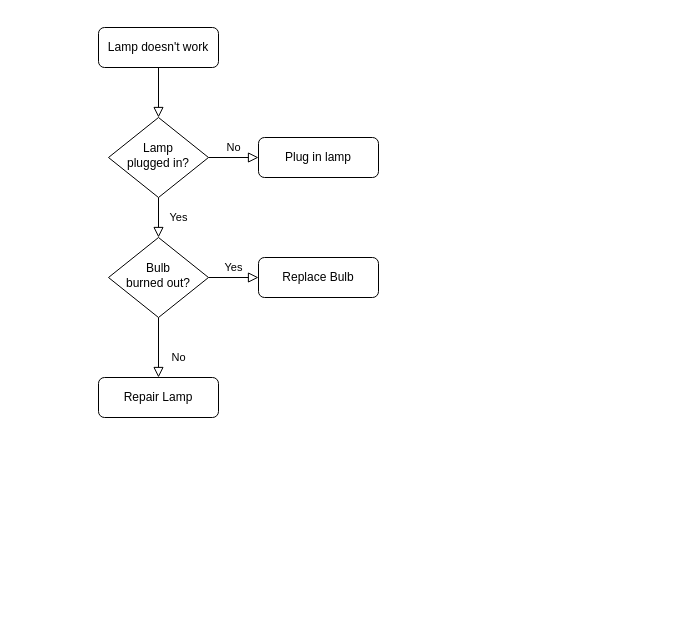
Above: Untitled Diagram.drawio in jiangxianneng/test (draw.io), before the change. Source tidied: cells renumbered, new cells numbered last; positions are measured from the earlier drawing's top-left corner, leaving out a move shared by most shapes. Both pictures are drawn from the tidied source at 100%, with x=0, y=0 at pixel (98, 27).
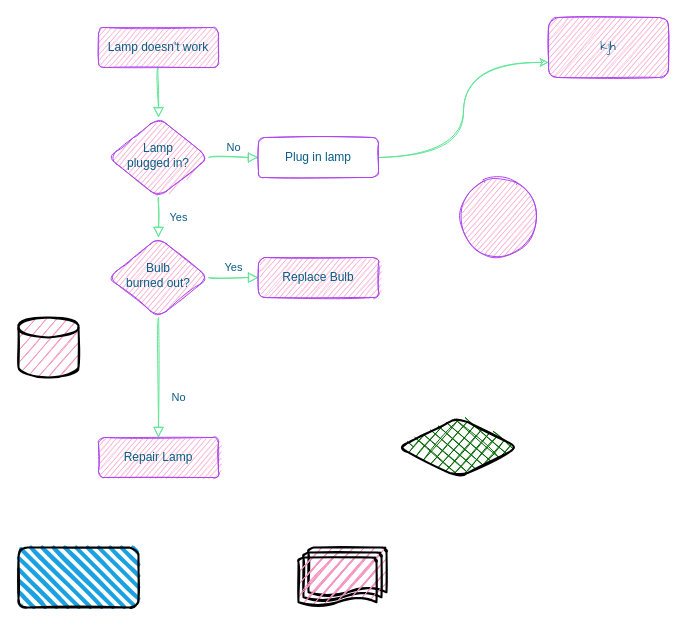
After the change.

The edit, as a diff of the source:
```diff
@@
 <mxGraphModel>
   <root>
     <mxCell id="0" />
     <mxCell id="1" parent="0" />
-    <mxCell id="2" style="rounded=0;html=1;jettySize=auto;fontSize=11;endArrow=block;endFill=0;endSize=8;strokeWidth=1;shadow=0;labelBackgroundColor=none;edgeStyle=orthogonalEdgeStyle;" parent="1" edge="1" source="3" target="6">
+    <mxCell id="2" style="html=1;jettySize=auto;fontSize=11;endArrow=block;endFill=0;endSize=8;strokeWidth=1;shadow=0;labelBackgroundColor=none;edgeStyle=orthogonalEdgeStyle;curved=1;sketch=1;rounded=1;strokeColor=#60E696;fontColor=#095C86;" parent="1" edge="1" source="3" target="6">
       <mxGeometry relative="1" as="geometry" />
     </mxCell>
-    <mxCell id="3" value="Lamp doesn't work" style="rounded=1;whiteSpace=wrap;html=1;fontSize=12;glass=0;strokeWidth=1;shadow=0;" parent="1" vertex="1">
+    <mxCell id="3" value="Lamp doesn't work" style="whiteSpace=wrap;html=1;fontSize=12;glass=0;strokeWidth=1;shadow=0;opacity=90;sketch=1;rounded=1;fillColor=#F694C1;strokeColor=#AF45ED;fontColor=#095C86;" parent="1" vertex="1">
       <mxGeometry width="120" height="40" as="geometry" />
     </mxCell>
-    <mxCell id="4" value="Yes" style="rounded=0;html=1;jettySize=auto;fontSize=11;endArrow=block;endFill=0;endSize=8;strokeWidth=1;shadow=0;labelBackgroundColor=none;edgeStyle=orthogonalEdgeStyle;" parent="1" edge="1" source="6" target="10">
+    <mxCell id="4" value="Yes" style="html=1;jettySize=auto;fontSize=11;endArrow=block;endFill=0;endSize=8;strokeWidth=1;shadow=0;labelBackgroundColor=none;edgeStyle=orthogonalEdgeStyle;curved=1;sketch=1;rounded=1;strokeColor=#60E696;fontColor=#095C86;" parent="1" edge="1" source="6" target="10">
       <mxGeometry y="20" relative="1" as="geometry" />
     </mxCell>
-    <mxCell id="5" value="No" style="edgeStyle=orthogonalEdgeStyle;rounded=0;html=1;jettySize=auto;fontSize=11;endArrow=block;endFill=0;endSize=8;strokeWidth=1;shadow=0;labelBackgroundColor=none;" parent="1" edge="1" source="6" target="7">
+    <mxCell id="5" value="No" style="edgeStyle=orthogonalEdgeStyle;html=1;jettySize=auto;fontSize=11;endArrow=block;endFill=0;endSize=8;strokeWidth=1;shadow=0;labelBackgroundColor=none;curved=1;sketch=1;rounded=1;strokeColor=#60E696;fontColor=#095C86;" parent="1" edge="1" source="6" target="7">
       <mxGeometry y="10" relative="1" as="geometry" />
     </mxCell>
-    <mxCell id="6" value="Lamp&lt;br&gt;plugged in?" style="rhombus;whiteSpace=wrap;html=1;shadow=0;fontFamily=Helvetica;fontSize=12;align=center;strokeWidth=1;spacing=6;spacingTop=-4;" parent="1" vertex="1">
+    <mxCell id="6" value="Lamp&lt;br&gt;plugged in?" style="rhombus;whiteSpace=wrap;html=1;shadow=0;fontFamily=Helvetica;fontSize=12;align=center;strokeWidth=1;spacing=6;spacingTop=-4;sketch=1;rounded=1;fillColor=#F694C1;strokeColor=#AF45ED;fontColor=#095C86;" parent="1" vertex="1">
       <mxGeometry x="10" y="90" width="100" height="80" as="geometry" />
     </mxCell>
+    <mxCell id="13" style="edgeStyle=orthogonalEdgeStyle;jettySize=auto;html=1;exitX=1;exitY=0.5;exitDx=0;exitDy=0;entryX=0;entryY=0.75;entryDx=0;entryDy=0;fontFamily=Comic Sans MS;curved=1;sketch=1;rounded=1;strokeColor=#60E696;fontColor=#095C86;" parent="1" edge="1" source="7" target="14">
+      <mxGeometry relative="1" as="geometry" />
+    </mxCell>
-    <mxCell id="7" value="Plug in lamp" style="rounded=1;whiteSpace=wrap;html=1;fontSize=12;glass=0;strokeWidth=1;shadow=0;" parent="1" vertex="1">
+    <mxCell id="7" value="Plug in lamp" style="whiteSpace=wrap;html=1;fontSize=12;glass=0;strokeWidth=1;shadow=0;fillColor=none;sketch=1;rounded=1;strokeColor=#AF45ED;fontColor=#095C86;" parent="1" vertex="1">
       <mxGeometry x="160" y="110" width="120" height="40" as="geometry" />
     </mxCell>
-    <mxCell id="8" value="No" style="rounded=0;html=1;jettySize=auto;fontSize=11;endArrow=block;endFill=0;endSize=8;strokeWidth=1;shadow=0;labelBackgroundColor=none;edgeStyle=orthogonalEdgeStyle;" parent="1" edge="1" source="10" target="11">
+    <mxCell id="8" value="No" style="html=1;jettySize=auto;fontSize=11;endArrow=block;endFill=0;endSize=8;strokeWidth=1;shadow=0;labelBackgroundColor=none;edgeStyle=orthogonalEdgeStyle;curved=1;sketch=1;rounded=1;strokeColor=#60E696;fontColor=#095C86;" parent="1" edge="1" source="10" target="11">
       <mxGeometry x="0.33" y="20" relative="1" as="geometry" />
     </mxCell>
-    <mxCell id="9" value="Yes" style="edgeStyle=orthogonalEdgeStyle;rounded=0;html=1;jettySize=auto;fontSize=11;endArrow=block;endFill=0;endSize=8;strokeWidth=1;shadow=0;labelBackgroundColor=none;" parent="1" edge="1" source="10" target="12">
+    <mxCell id="9" value="Yes" style="edgeStyle=orthogonalEdgeStyle;html=1;jettySize=auto;fontSize=11;endArrow=block;endFill=0;endSize=8;strokeWidth=1;shadow=0;labelBackgroundColor=none;curved=1;sketch=1;rounded=1;strokeColor=#60E696;fontColor=#095C86;" parent="1" edge="1" source="10" target="12">
       <mxGeometry y="10" relative="1" as="geometry" />
     </mxCell>
-    <mxCell id="10" value="Bulb&lt;br&gt;burned out?" style="rhombus;whiteSpace=wrap;html=1;shadow=0;fontFamily=Helvetica;fontSize=12;align=center;strokeWidth=1;spacing=6;spacingTop=-4;" parent="1" vertex="1">
+    <mxCell id="10" value="Bulb&lt;br&gt;burned out?" style="rhombus;whiteSpace=wrap;html=1;shadow=0;fontFamily=Helvetica;fontSize=12;align=center;strokeWidth=1;spacing=6;spacingTop=-4;sketch=1;rounded=1;fillColor=#F694C1;strokeColor=#AF45ED;fontColor=#095C86;" parent="1" vertex="1">
       <mxGeometry x="10" y="210" width="100" height="80" as="geometry" />
     </mxCell>
-    <mxCell id="11" value="Repair Lamp" style="rounded=1;whiteSpace=wrap;html=1;fontSize=12;glass=0;strokeWidth=1;shadow=0;" parent="1" vertex="1">
-      <mxGeometry y="350" width="120" height="40" as="geometry" />
+    <mxCell id="11" value="Repair Lamp" style="whiteSpace=wrap;html=1;fontSize=12;glass=0;strokeWidth=1;shadow=0;sketch=1;rounded=1;fillColor=#F694C1;strokeColor=#AF45ED;fontColor=#095C86;" parent="1" vertex="1">
+      <mxGeometry y="410" width="120" height="40" as="geometry" />
     </mxCell>
-    <mxCell id="12" value="Replace Bulb" style="rounded=1;whiteSpace=wrap;html=1;fontSize=12;glass=0;strokeWidth=1;shadow=0;" parent="1" vertex="1">
+    <mxCell id="12" value="Replace Bulb" style="whiteSpace=wrap;html=1;fontSize=12;glass=0;strokeWidth=1;shadow=0;sketch=1;rounded=1;fillColor=#F694C1;strokeColor=#AF45ED;fontColor=#095C86;" parent="1" vertex="1">
       <mxGeometry x="160" y="230" width="120" height="40" as="geometry" />
     </mxCell>
+    <mxCell id="14" value="kjh" style="whiteSpace=wrap;html=1;fillColor=#F694C1;strokeColor=#AF45ED;fontFamily=Comic Sans MS;sketch=1;rounded=1;fontColor=#095C86;" parent="1" vertex="1">
+      <mxGeometry x="450" y="-10" width="120" height="60" as="geometry" />
+    </mxCell>
+    <mxCell id="15" style="ellipse;whiteSpace=wrap;html=1;rounded=1;sketch=1;fontColor=#095C86;strokeColor=#AF45ED;fillColor=#F694C1;" parent="1" vertex="1">
+      <mxGeometry x="360" y="150" width="80" height="80" as="geometry" />
+    </mxCell>
+    <mxCell id="16" style="rhombus;whiteSpace=wrap;html=1;strokeWidth=2;fillWeight=-1;hachureGap=8;fillStyle=cross-hatch;fillColor=#006600;sketch=1;rounded=1;fontColor=#095C86;" parent="1" vertex="1">
+      <mxGeometry x="300" y="390" width="120" height="60" as="geometry" />
+    </mxCell>
+    <mxCell id="17" style="rounded=1;whiteSpace=wrap;html=1;strokeWidth=2;fillWeight=4;hachureGap=8;hachureAngle=45;fillColor=#1ba1e2;sketch=1;fontColor=#095C86;" parent="1" vertex="1">
+      <mxGeometry x="-80" y="520" width="120" height="60" as="geometry" />
+    </mxCell>
+    <mxCell id="18" style="strokeWidth=2;html=1;shape=mxgraph.flowchart.multi-document;whiteSpace=wrap;rounded=1;sketch=1;fontColor=#095C86;fillColor=#F694C1;" parent="1" vertex="1">
+      <mxGeometry x="200" y="520" width="88" height="60" as="geometry" />
+    </mxCell>
+    <mxCell id="19" style="strokeWidth=2;html=1;shape=mxgraph.flowchart.database;whiteSpace=wrap;rounded=1;sketch=1;fontColor=#095C86;fillColor=#F694C1;" parent="1" vertex="1">
+      <mxGeometry x="-80" y="290" width="60" height="60" as="geometry" />
+    </mxCell>
   </root>
 </mxGraphModel>
```
